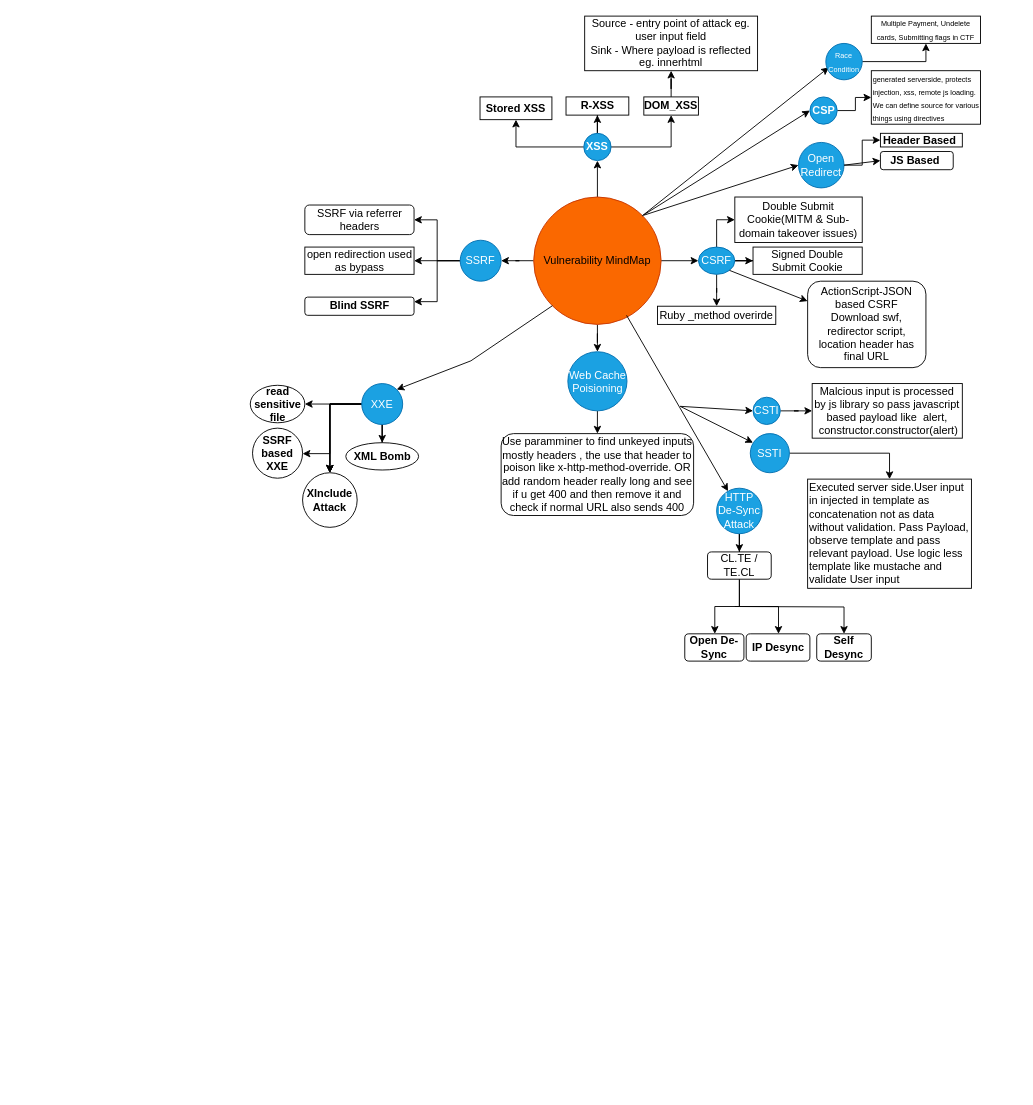
Above: vulns.drawio in mkpmanish/bounty (draw.io), before the change. Source tidied: cells renumbered, new cells numbered last; positions are measured from the earlier drawing's top-left corner, leaving out a move shared by most shapes. Both pictures are drawn from the tidied source at 91%, with x=0, y=0 at pixel (250, 15).
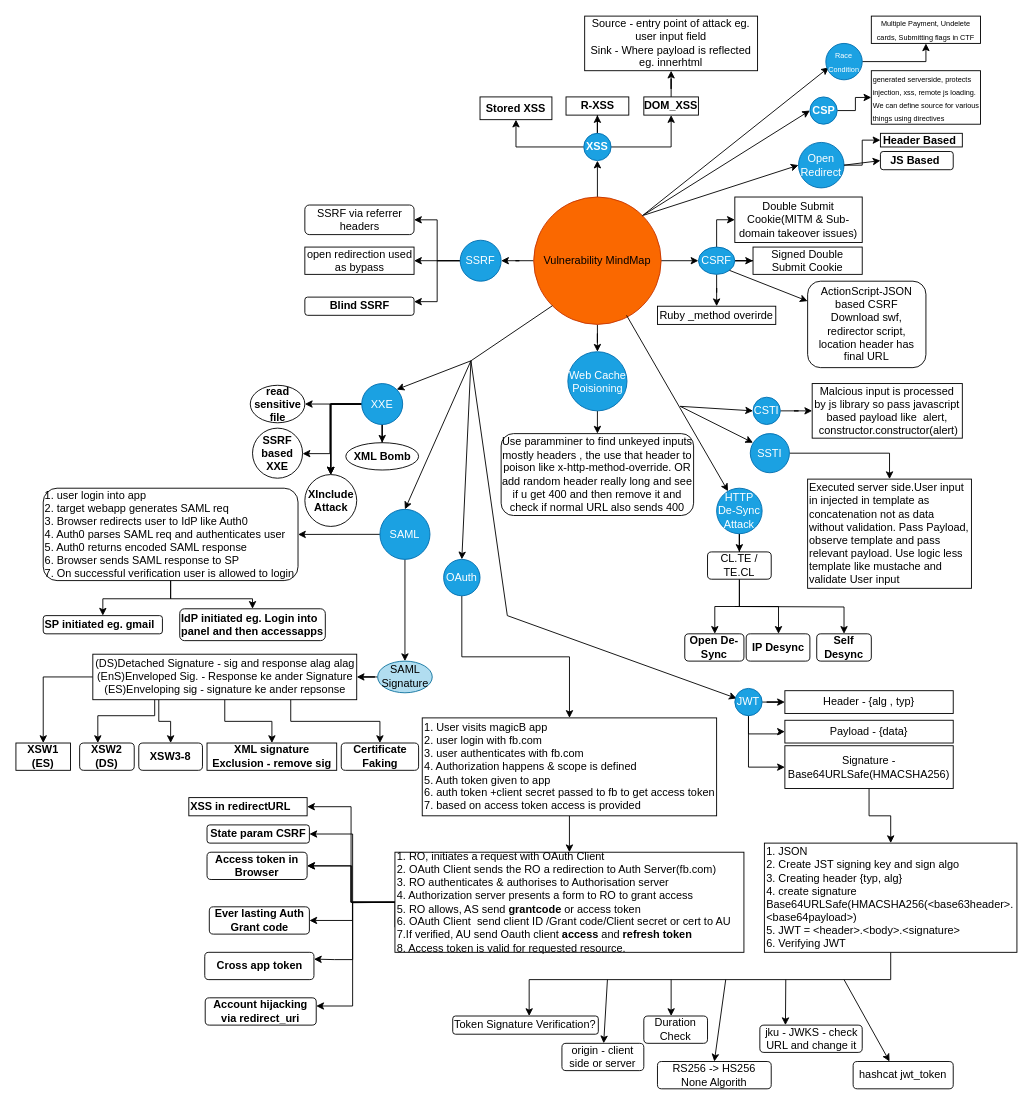
The same page after the edit.

The edit, as a diff of the source:
```diff
@@
     <mxCell id="78" value="&lt;b&gt;XInclude Attack&lt;/b&gt;" style="ellipse;whiteSpace=wrap;html=1;" parent="1" vertex="1">
-      <mxGeometry x="57" y="502" width="60" height="60" as="geometry" />
+      <mxGeometry x="59.5" y="504" width="57" height="57" as="geometry" />
     </mxCell>
@@
+    <mxCell id="80" style="endArrow=classic;html=1;rounded=0;entryX=0.5;entryY=0;entryDx=0;entryDy=0;" parent="1" edge="1" target="83">
+      <mxGeometry relative="1" as="geometry">
+        <mxPoint x="242" y="379" as="sourcePoint" />
+      </mxGeometry>
+    </mxCell>
+    <mxCell id="81" style="edgeStyle=orthogonalEdgeStyle;rounded=0;jettySize=auto;html=1;" parent="1" edge="1" source="83" target="86">
+      <mxGeometry relative="1" as="geometry" />
+    </mxCell>
+    <mxCell id="82" style="edgeStyle=orthogonalEdgeStyle;rounded=0;jettySize=auto;html=1;" parent="1" edge="1" source="83" target="90">
+      <mxGeometry relative="1" as="geometry" />
+    </mxCell>
+    <mxCell id="83" value="SAML" style="ellipse;whiteSpace=wrap;html=1;fillColor=#1ba1e2;fontColor=#ffffff;strokeColor=#006EAF;" parent="1" vertex="1">
+      <mxGeometry x="142" y="542.2" width="55" height="55" as="geometry" />
+    </mxCell>
+    <mxCell id="84" style="edgeStyle=orthogonalEdgeStyle;rounded=0;jettySize=auto;html=1;" parent="1" edge="1" source="86" target="87">
+      <mxGeometry relative="1" as="geometry" />
+    </mxCell>
+    <mxCell id="85" style="edgeStyle=orthogonalEdgeStyle;rounded=0;jettySize=auto;html=1;" parent="1" edge="1" source="86" target="88">
+      <mxGeometry relative="1" as="geometry" />
+    </mxCell>
+    <mxCell id="86" value="1. user login into app&lt;div&gt;2. target webapp generates SAML req&lt;/div&gt;&lt;div&gt;3. Browser redirects user to IdP like Auth0&lt;/div&gt;&lt;div&gt;4. Auth0 parses SAML req and authenticates user&lt;/div&gt;&lt;div&gt;5. Auth0 returns encoded SAML response&lt;/div&gt;&lt;div&gt;6. Browser sends SAML response to SP&lt;/div&gt;&lt;div&gt;7. On successful verification user is allowed to login&lt;/div&gt;" style="rounded=1;whiteSpace=wrap;html=1;align=left;" parent="1" vertex="1">
+      <mxGeometry x="-228" y="519" width="280" height="101.5" as="geometry" />
+    </mxCell>
+    <mxCell id="87" value="&lt;b&gt;SP initiated eg. gmail&lt;/b&gt;" style="whiteSpace=wrap;html=1;align=left;rounded=1;" parent="1" vertex="1">
+      <mxGeometry x="-228" y="659" width="131" height="20" as="geometry" />
+    </mxCell>
+    <mxCell id="88" value="&lt;b&gt;IdP initiated eg. Login into panel and then accessapps&lt;/b&gt;" style="whiteSpace=wrap;html=1;align=left;rounded=1;" parent="1" vertex="1">
+      <mxGeometry x="-78" y="651.5" width="160" height="35" as="geometry" />
+    </mxCell>
+    <mxCell id="89" style="edgeStyle=orthogonalEdgeStyle;rounded=0;jettySize=auto;html=1;" parent="1" edge="1" source="90" target="96">
+      <mxGeometry relative="1" as="geometry" />
+    </mxCell>
+    <mxCell id="90" value="SAML Signature" style="ellipse;whiteSpace=wrap;html=1;fillColor=#b1ddf0;strokeColor=#10739e;" parent="1" vertex="1">
+      <mxGeometry x="139.5" y="709" width="60" height="34.8" as="geometry" />
+    </mxCell>
+    <mxCell id="91" style="edgeStyle=orthogonalEdgeStyle;rounded=0;jettySize=auto;html=1;" parent="1" edge="1" source="96" target="97">
+      <mxGeometry relative="1" as="geometry" />
+    </mxCell>
+    <mxCell id="92" style="edgeStyle=orthogonalEdgeStyle;rounded=0;orthogonalLoop=1;jettySize=auto;html=1;exitX=0.25;exitY=1;exitDx=0;exitDy=0;entryX=0.5;entryY=0;entryDx=0;entryDy=0;" parent="1" edge="1">
+      <mxGeometry relative="1" as="geometry">
+        <mxPoint x="-105.5" y="751.4" as="sourcePoint" />
+        <mxPoint x="-168" y="799" as="targetPoint" />
+        <Array as="points">
+          <mxPoint x="-105" y="769" />
+          <mxPoint x="-168" y="769" />
+        </Array>
+      </mxGeometry>
+    </mxCell>
+    <mxCell id="93" style="edgeStyle=orthogonalEdgeStyle;rounded=0;jettySize=auto;html=1;exitX=0.25;exitY=1;exitDx=0;exitDy=0;entryX=0.5;entryY=0;entryDx=0;entryDy=0;" parent="1" edge="1" source="96" target="99">
+      <mxGeometry relative="1" as="geometry" />
+    </mxCell>
+    <mxCell id="94" style="edgeStyle=orthogonalEdgeStyle;rounded=0;jettySize=auto;html=1;" parent="1" edge="1" source="96" target="100">
+      <mxGeometry relative="1" as="geometry" />
+    </mxCell>
+    <mxCell id="95" style="edgeStyle=orthogonalEdgeStyle;rounded=0;jettySize=auto;html=1;exitX=0.75;exitY=1;exitDx=0;exitDy=0;entryX=0.5;entryY=0;entryDx=0;entryDy=0;" parent="1" edge="1" source="96" target="101">
+      <mxGeometry relative="1" as="geometry" />
+    </mxCell>
+    <mxCell id="96" value="(DS)Detached Signature - sig and response alag alag (EnS)Enveloped Sig. - Response ke ander Signature (ES)Enveloping sig - signature ke ander repsonse" style="whiteSpace=wrap;html=1;" parent="1" vertex="1">
+      <mxGeometry x="-173.5" y="701.4" width="290" height="50" as="geometry" />
+    </mxCell>
+    <mxCell id="97" value="&lt;b&gt;XSW1 (ES)&lt;/b&gt;" style="whiteSpace=wrap;html=1;" parent="1" vertex="1">
+      <mxGeometry x="-258" y="799" width="60" height="30" as="geometry" />
+    </mxCell>
+    <mxCell id="98" value="&lt;b&gt;XSW2 (DS)&lt;/b&gt;" style="rounded=1;whiteSpace=wrap;html=1;" parent="1" vertex="1">
+      <mxGeometry x="-188" y="799" width="60" height="30" as="geometry" />
+    </mxCell>
+    <mxCell id="99" value="&lt;b&gt;XSW3-8&lt;/b&gt;" style="rounded=1;whiteSpace=wrap;html=1;" parent="1" vertex="1">
+      <mxGeometry x="-123" y="799" width="70" height="30" as="geometry" />
+    </mxCell>
+    <mxCell id="100" value="&lt;b&gt;XML signature Exclusion - remove sig&lt;/b&gt;" style="whiteSpace=wrap;html=1;" parent="1" vertex="1">
+      <mxGeometry x="-48" y="799" width="142.5" height="30" as="geometry" />
+    </mxCell>
+    <mxCell id="101" value="&lt;b&gt;Certificate Faking&lt;/b&gt;" style="rounded=1;whiteSpace=wrap;html=1;" parent="1" vertex="1">
+      <mxGeometry x="99.5" y="799" width="85" height="30" as="geometry" />
+    </mxCell>
+    <mxCell id="102" style="endArrow=classic;html=1;rounded=0;entryX=0.5;entryY=0;entryDx=0;entryDy=0;" parent="1" edge="1" target="104">
+      <mxGeometry relative="1" as="geometry">
+        <mxPoint x="242" y="379" as="sourcePoint" />
+      </mxGeometry>
+    </mxCell>
+    <mxCell id="103" style="edgeStyle=orthogonalEdgeStyle;rounded=0;jettySize=auto;html=1;" parent="1" edge="1" source="104" target="106">
+      <mxGeometry relative="1" as="geometry" />
+    </mxCell>
+    <mxCell id="104" value="OAuth" style="ellipse;whiteSpace=wrap;html=1;fillColor=#1ba1e2;fontColor=#ffffff;strokeColor=#006EAF;" parent="1" vertex="1">
+      <mxGeometry x="212" y="597.2" width="40" height="40" as="geometry" />
+    </mxCell>
+    <mxCell id="105" style="edgeStyle=orthogonalEdgeStyle;rounded=0;jettySize=auto;html=1;" parent="1" edge="1" source="106" target="114">
+      <mxGeometry relative="1" as="geometry" />
+    </mxCell>
+    <mxCell id="106" value="1. User visits magicB app&lt;div&gt;2. user login with fb.com&lt;/div&gt;&lt;div&gt;3. user authenticates with fb.com&lt;/div&gt;&lt;div&gt;4. Authorization happens &amp;amp; scope is defined&lt;/div&gt;&lt;div&gt;5. Auth token given to app&lt;/div&gt;&lt;div&gt;6. auth token +client secret passed to fb to get access token&lt;/div&gt;&lt;div&gt;7. based on access token access is provided&lt;/div&gt;" style="whiteSpace=wrap;html=1;align=left;" parent="1" vertex="1">
+      <mxGeometry x="188.5" y="771.4" width="323.5" height="107.6" as="geometry" />
+    </mxCell>
+    <mxCell id="107" style="edgeStyle=orthogonalEdgeStyle;rounded=0;jettySize=auto;html=1;entryX=1;entryY=0.5;entryDx=0;entryDy=0;" parent="1" edge="1" source="114" target="115">
+      <mxGeometry relative="1" as="geometry" />
+    </mxCell>
+    <mxCell id="108" style="edgeStyle=orthogonalEdgeStyle;rounded=0;jettySize=auto;html=1;exitX=0;exitY=0.5;exitDx=0;exitDy=0;entryX=1;entryY=0.5;entryDx=0;entryDy=0;" parent="1" edge="1" source="114" target="116">
+      <mxGeometry relative="1" as="geometry">
+        <Array as="points">
+          <mxPoint x="112" y="974" />
+          <mxPoint x="112" y="899" />
+        </Array>
+      </mxGeometry>
+    </mxCell>
+    <mxCell id="109" style="edgeStyle=orthogonalEdgeStyle;rounded=0;jettySize=auto;html=1;exitX=0;exitY=0.75;exitDx=0;exitDy=0;entryX=1;entryY=0.5;entryDx=0;entryDy=0;" parent="1" edge="1" source="114" target="117">
+      <mxGeometry relative="1" as="geometry">
+        <Array as="points">
+          <mxPoint x="159" y="974" />
+          <mxPoint x="111" y="974" />
+          <mxPoint x="111" y="934" />
+        </Array>
+      </mxGeometry>
+    </mxCell>
+    <mxCell id="110" style="edgeStyle=orthogonalEdgeStyle;rounded=0;jettySize=auto;html=1;" parent="1" edge="1" source="114" target="117">
+      <mxGeometry relative="1" as="geometry">
+        <Array as="points">
+          <mxPoint x="110" y="974" />
+          <mxPoint x="110" y="934" />
+        </Array>
+      </mxGeometry>
+    </mxCell>
+    <mxCell id="111" style="edgeStyle=orthogonalEdgeStyle;rounded=0;jettySize=auto;html=1;entryX=1;entryY=0.5;entryDx=0;entryDy=0;" parent="1" edge="1" target="118">
+      <mxGeometry relative="1" as="geometry">
+        <mxPoint x="159" y="974" as="sourcePoint" />
+      </mxGeometry>
+    </mxCell>
+    <mxCell id="112" style="edgeStyle=orthogonalEdgeStyle;rounded=0;jettySize=auto;html=1;entryX=1;entryY=0.25;entryDx=0;entryDy=0;" parent="1" edge="1" source="114" target="119">
+      <mxGeometry relative="1" as="geometry">
+        <Array as="points">
+          <mxPoint x="112" y="974" />
+          <mxPoint x="112" y="1037" />
+          <mxPoint x="92" y="1037" />
+        </Array>
+      </mxGeometry>
+    </mxCell>
+    <mxCell id="113" style="edgeStyle=orthogonalEdgeStyle;rounded=0;orthogonalLoop=1;jettySize=auto;html=1;entryX=1;entryY=0.5;entryDx=0;entryDy=0;" parent="1" edge="1">
+      <mxGeometry relative="1" as="geometry">
+        <mxPoint x="197" y="973" as="sourcePoint" />
+        <mxPoint x="72" y="1088" as="targetPoint" />
+        <Array as="points">
+          <mxPoint x="197" y="974" />
+          <mxPoint x="112" y="974" />
+          <mxPoint x="112" y="1088" />
+        </Array>
+      </mxGeometry>
+    </mxCell>
+    <mxCell id="114" value="1. RO, initiates a request with OAuth Client&lt;div&gt;2. OAuth Client sends the RO a redirection to Auth Server(fb.com)&lt;/div&gt;&lt;div&gt;3. RO authenticates &amp;amp; authorises to Authorisation server&lt;/div&gt;&lt;div&gt;4. Authorization server presents a form to RO to grant access&lt;/div&gt;&lt;div&gt;5. RO allows, AS send &lt;b&gt;grantcode&lt;/b&gt; or access token&lt;/div&gt;&lt;div&gt;6. OAuth Client &amp;nbsp;send client ID /Grant code/Client secret or cert to AU&lt;/div&gt;&lt;div&gt;7.If verified, AU send Oauth client &lt;b&gt;access&lt;/b&gt; and &lt;b&gt;refresh&lt;/b&gt; &lt;b&gt;token&lt;/b&gt;&lt;/div&gt;&lt;div&gt;8. Access token is valid for requested resource.&lt;/div&gt;" style="whiteSpace=wrap;html=1;align=left;" parent="1" vertex="1">
+      <mxGeometry x="158.5" y="919" width="383.5" height="110" as="geometry" />
+    </mxCell>
+    <mxCell id="115" value="XSS in redirectURL" style="whiteSpace=wrap;html=1;align=left;fontStyle=1;" parent="1" vertex="1">
+      <mxGeometry x="-68" y="859" width="130" height="20" as="geometry" />
+    </mxCell>
+    <mxCell id="116" value="State param CSRF" style="rounded=1;whiteSpace=wrap;html=1;fontStyle=1;" parent="1" vertex="1">
+      <mxGeometry x="-48" y="889" width="112.5" height="20" as="geometry" />
+    </mxCell>
+    <mxCell id="117" value="Access token in Browser" style="rounded=1;whiteSpace=wrap;html=1;fontStyle=1;" parent="1" vertex="1">
+      <mxGeometry x="-48" y="919" width="110" height="30" as="geometry" />
+    </mxCell>
+    <mxCell id="118" value="Ever lasting Auth Grant code" style="rounded=1;whiteSpace=wrap;html=1;fontStyle=1;" parent="1" vertex="1">
+      <mxGeometry x="-45.5" y="979" width="110" height="30" as="geometry" />
+    </mxCell>
+    <mxCell id="119" value="Cross app token" style="rounded=1;whiteSpace=wrap;html=1;fontStyle=1;" parent="1" vertex="1">
+      <mxGeometry x="-50.5" y="1029" width="120" height="30" as="geometry" />
+    </mxCell>
+    <mxCell id="120" value="Account hijacking via redirect_uri" style="rounded=1;whiteSpace=wrap;html=1;fontStyle=1;" parent="1" vertex="1">
+      <mxGeometry x="-50" y="1079" width="122" height="30" as="geometry" />
+    </mxCell>
+    <mxCell id="121" style="endArrow=classic;html=1;rounded=0;entryX=0.067;entryY=0.367;entryDx=0;entryDy=0;entryPerimeter=0;" parent="1" edge="1" target="125">
+      <mxGeometry relative="1" as="geometry">
+        <mxPoint x="242" y="379" as="sourcePoint" />
+        <Array as="points">
+          <mxPoint x="282" y="659" />
+        </Array>
+      </mxGeometry>
+    </mxCell>
+    <mxCell id="122" style="edgeStyle=orthogonalEdgeStyle;rounded=0;jettySize=auto;html=1;" parent="1" edge="1" source="125" target="126">
+      <mxGeometry relative="1" as="geometry" />
+    </mxCell>
+    <mxCell id="123" style="edgeStyle=orthogonalEdgeStyle;rounded=0;jettySize=auto;html=1;exitX=0.5;exitY=1;exitDx=0;exitDy=0;entryX=0;entryY=0.5;entryDx=0;entryDy=0;" parent="1" edge="1" source="125" target="127">
+      <mxGeometry relative="1" as="geometry" />
+    </mxCell>
+    <mxCell id="124" style="edgeStyle=orthogonalEdgeStyle;rounded=0;jettySize=auto;html=1;entryX=0;entryY=0.5;entryDx=0;entryDy=0;" parent="1" edge="1" source="125" target="129">
+      <mxGeometry relative="1" as="geometry">
+        <Array as="points">
+          <mxPoint x="547" y="825" />
+        </Array>
+      </mxGeometry>
+    </mxCell>
+    <mxCell id="125" value="JWT" style="ellipse;whiteSpace=wrap;html=1;fillColor=#1ba1e2;fontColor=#ffffff;strokeColor=#006EAF;" parent="1" vertex="1">
+      <mxGeometry x="532" y="739" width="30" height="30" as="geometry" />
+    </mxCell>
+    <mxCell id="126" value="Header - {alg , typ}" style="whiteSpace=wrap;html=1;" parent="1" vertex="1">
+      <mxGeometry x="587" y="741.5" width="185" height="25" as="geometry" />
+    </mxCell>
+    <mxCell id="127" value="Payload - {data}" style="whiteSpace=wrap;html=1;" parent="1" vertex="1">
+      <mxGeometry x="587" y="774" width="185" height="25" as="geometry" />
+    </mxCell>
+    <mxCell id="128" style="edgeStyle=orthogonalEdgeStyle;rounded=0;jettySize=auto;html=1;" parent="1" edge="1" source="129" target="131">
+      <mxGeometry relative="1" as="geometry" />
+    </mxCell>
+    <mxCell id="129" value="Signature - Base64URLSafe(HMACSHA256)" style="whiteSpace=wrap;html=1;" parent="1" vertex="1">
+      <mxGeometry x="587" y="802" width="185" height="47" as="geometry" />
+    </mxCell>
+    <mxCell id="130" style="edgeStyle=orthogonalEdgeStyle;rounded=0;jettySize=auto;html=1;" parent="1" edge="1" source="131" target="132">
+      <mxGeometry relative="1" as="geometry">
+        <Array as="points">
+          <mxPoint x="703" y="1059" />
+          <mxPoint x="306" y="1059" />
+        </Array>
+      </mxGeometry>
+    </mxCell>
+    <mxCell id="131" value="1. JSON&lt;div&gt;2. Create JST signing key and sign algo&lt;/div&gt;&lt;div&gt;3. Creating header {typ, alg}&lt;/div&gt;&lt;div&gt;4. create signature Base64URLSafe(HMACSHA256(&amp;lt;base63header&amp;gt;.&amp;lt;base64payload&amp;gt;)&lt;/div&gt;&lt;div&gt;5. JWT = &amp;lt;header&amp;gt;.&amp;lt;body&amp;gt;.&amp;lt;signature&amp;gt;&lt;/div&gt;&lt;div&gt;6. Verifying JWT&lt;/div&gt;" style="whiteSpace=wrap;html=1;align=left;" parent="1" vertex="1">
+      <mxGeometry x="564.5" y="909" width="277.5" height="120" as="geometry" />
+    </mxCell>
+    <mxCell id="132" value="Token Signature Verification?" style="rounded=1;whiteSpace=wrap;html=1;align=left;" parent="1" vertex="1">
+      <mxGeometry x="222" y="1099" width="160" height="20" as="geometry" />
+    </mxCell>
+    <mxCell id="133" value="origin - client side or server" style="rounded=1;whiteSpace=wrap;html=1;" parent="1" vertex="1">
+      <mxGeometry x="342" y="1129" width="90" height="30" as="geometry" />
+    </mxCell>
+    <mxCell id="134" style="endArrow=classic;html=1;rounded=0;" parent="1" edge="1" target="133">
+      <mxGeometry relative="1" as="geometry">
+        <mxPoint x="392" y="1059" as="sourcePoint" />
+      </mxGeometry>
+    </mxCell>
+    <mxCell id="135" style="endArrow=classic;html=1;rounded=0;" parent="1" edge="1">
+      <mxGeometry relative="1" as="geometry">
+        <mxPoint x="462" y="1059" as="sourcePoint" />
+        <mxPoint x="462" y="1099" as="targetPoint" />
+      </mxGeometry>
+    </mxCell>
+    <mxCell id="136" value="Duration Check" style="rounded=1;whiteSpace=wrap;html=1;" parent="1" vertex="1">
+      <mxGeometry x="432" y="1099" width="70" height="30" as="geometry" />
+    </mxCell>
+    <mxCell id="137" value="RS256 -&amp;gt; HS256&lt;div&gt;None Algorith&lt;/div&gt;" style="rounded=1;whiteSpace=wrap;html=1;" parent="1" vertex="1">
+      <mxGeometry x="447" y="1149" width="125" height="30" as="geometry" />
+    </mxCell>
+    <mxCell id="138" style="endArrow=classic;html=1;rounded=0;entryX=0.5;entryY=0;entryDx=0;entryDy=0;" parent="1" edge="1" target="137">
+      <mxGeometry relative="1" as="geometry">
+        <mxPoint x="522" y="1059" as="sourcePoint" />
+      </mxGeometry>
+    </mxCell>
+    <mxCell id="139" value="jku - JWKS - check URL and change it" style="rounded=1;whiteSpace=wrap;html=1;" parent="1" vertex="1">
+      <mxGeometry x="559.5" y="1109" width="112.5" height="30" as="geometry" />
+    </mxCell>
+    <mxCell id="140" style="endArrow=classic;html=1;rounded=0;entryX=0.25;entryY=0;entryDx=0;entryDy=0;" parent="1" edge="1" target="139">
+      <mxGeometry relative="1" as="geometry">
+        <mxPoint x="588" y="1059" as="sourcePoint" />
+      </mxGeometry>
+    </mxCell>
+    <mxCell id="141" value="hashcat jwt_token" style="rounded=1;whiteSpace=wrap;html=1;" parent="1" vertex="1">
+      <mxGeometry x="662" y="1149" width="110" height="30" as="geometry" />
+    </mxCell>
+    <mxCell id="142" style="endArrow=classic;html=1;rounded=0;entryX=0.364;entryY=0;entryDx=0;entryDy=0;entryPerimeter=0;" parent="1" edge="1" target="141">
+      <mxGeometry relative="1" as="geometry">
+        <mxPoint x="652" y="1059" as="sourcePoint" />
+      </mxGeometry>
+    </mxCell>
```
